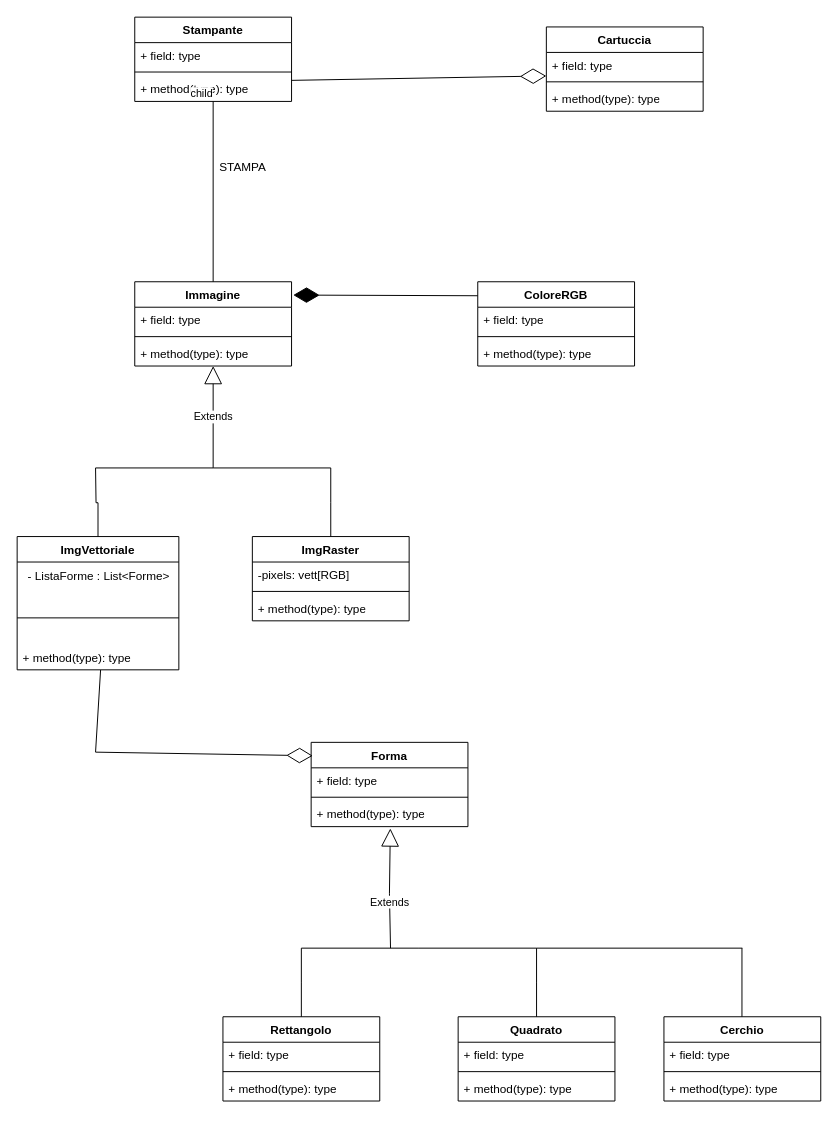
Earlier version of the draw.io diagram uml_disegno/diagramma_stampante.drawio (andreaballare003/Stampante). Source tidied: cells renumbered, new cells numbered last; positions are measured from the earlier drawing's top-left corner, leaving out a move shared by most shapes. Both pictures are drawn from the tidied source at 98%, with x=0, y=0 at pixel (17, 17).
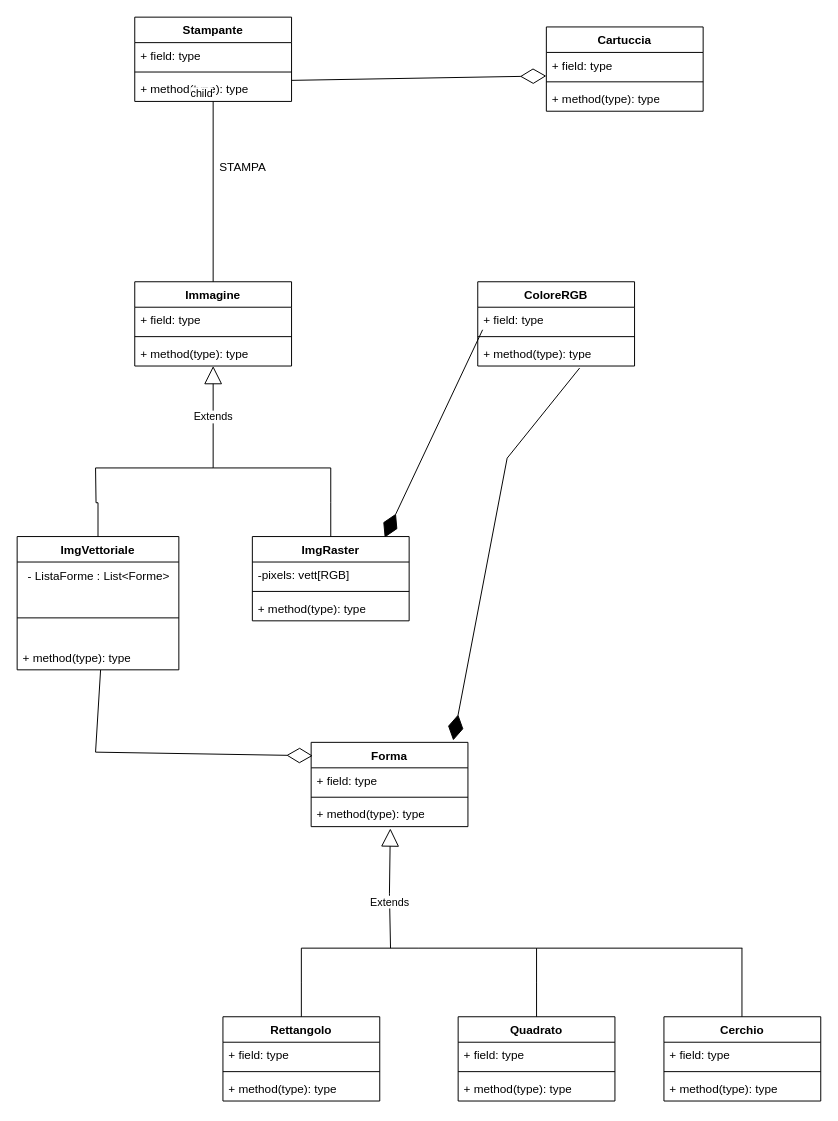
After the change.

The change refers to these unchanged cells:
```xml
<mxCell id="2" value="Immagine" style="swimlane;fontStyle=1;align=center;verticalAlign=top;horizontal=1;startSize=26;whiteSpace=wrap;html=1;" parent="1" vertex="1">
  <mxGeometry x="120" y="270" width="160" height="86" as="geometry" />
</mxCell>
<mxCell id="11" value="ImgRaster" style="swimlane;fontStyle=1;align=center;verticalAlign=top;horizontal=1;startSize=26;whiteSpace=wrap;html=1;strokeColor=#000000;" parent="1" vertex="1">
  <mxGeometry x="240" y="530" width="160" height="86" as="geometry" />
</mxCell>
<mxCell id="19" value="&lt;div&gt;Forma&lt;/div&gt;&lt;div&gt;&lt;br&gt;&lt;/div&gt;" style="swimlane;fontStyle=1;align=center;verticalAlign=top;horizontal=1;startSize=26;whiteSpace=wrap;html=1;" parent="1" vertex="1">
  <mxGeometry x="300" y="740" width="160" height="86" as="geometry" />
</mxCell>
<mxCell id="43" value="&lt;div&gt;ColoreRGB&lt;/div&gt;&lt;div&gt;&lt;br&gt;&lt;/div&gt;" style="swimlane;fontStyle=1;align=center;verticalAlign=top;horizontal=1;startSize=26;whiteSpace=wrap;html=1;" parent="1" vertex="1">
  <mxGeometry x="470" y="270" width="160" height="86" as="geometry" />
</mxCell>
<mxCell id="44" value="+ field: type" style="text;strokeColor=none;fillColor=none;align=left;verticalAlign=top;spacingLeft=4;spacingRight=4;overflow=hidden;points=[[0,0.5],[1,0.5]];portConstraint=eastwest;whiteSpace=wrap;html=1;" parent="43" vertex="1">
  <mxGeometry y="26" width="160" height="26" as="geometry" />
</mxCell>
<mxCell id="46" value="+ method(type): type" style="text;strokeColor=none;fillColor=none;align=left;verticalAlign=top;spacingLeft=4;spacingRight=4;overflow=hidden;points=[[0,0.5],[1,0.5]];portConstraint=eastwest;whiteSpace=wrap;html=1;" parent="43" vertex="1">
  <mxGeometry y="60" width="160" height="26" as="geometry" />
</mxCell>
```

Diff of the diagram source:
```diff
@@
-    <mxCell id="47" style="endArrow=diamondThin;endFill=1;endSize=24;html=1;rounded=0;entryX=1.011;entryY=0.158;entryDx=0;entryDy=0;entryPerimeter=0;exitX=0;exitY=0.166;exitDx=0;exitDy=0;exitPerimeter=0;" parent="1" edge="1" source="43" target="2">
+    <mxCell id="47" style="endArrow=diamondThin;endFill=1;endSize=24;html=1;rounded=0;entryX=0.844;entryY=0.012;entryDx=0;entryDy=0;entryPerimeter=0;exitX=0.031;exitY=0.885;exitDx=0;exitDy=0;exitPerimeter=0;" parent="1" edge="1" source="44" target="11">
       <mxGeometry relative="1" as="geometry" />
     </mxCell>
@@
+    <mxCell id="60" style="endArrow=diamondThin;endFill=1;endSize=24;html=1;rounded=0;entryX=0.906;entryY=-0.023;entryDx=0;entryDy=0;entryPerimeter=0;exitX=0.65;exitY=1.077;exitDx=0;exitDy=0;exitPerimeter=0;" parent="1" edge="1" source="46" target="19">
+      <mxGeometry relative="1" as="geometry">
+        <Array as="points">
+          <mxPoint x="500" y="450" />
+        </Array>
+      </mxGeometry>
+    </mxCell>
```
